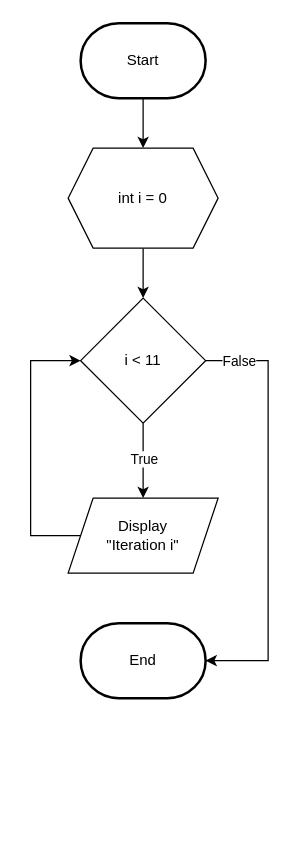
The draw.io diagram page "For" (4 of 6) of Flowchart_PendaModul2.drawio in elikawicaksana/BuildIT_BasisData, before the edit. Source tidied: cells renumbered, new cells numbered last; positions are measured from the earlier drawing's top-left corner, leaving out a move shared by most shapes. Both pictures are drawn from the tidied source at 125%, with x=0, y=0 at pixel (30, 22).
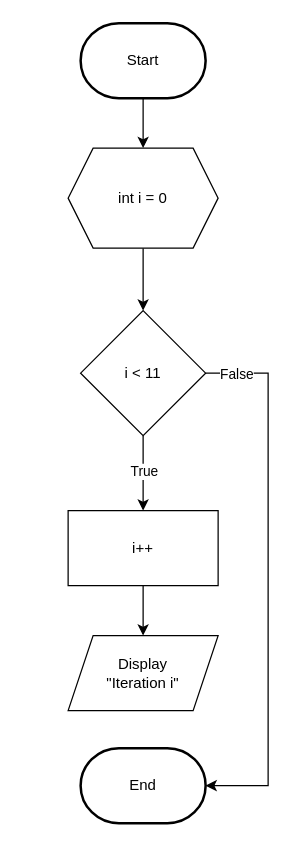
Above is the later version.

What changed in the source:
```diff
@@
 <mxGraphModel>
   <root>
     <mxCell id="0" />
     <mxCell id="1" parent="0" />
     <mxCell id="2" style="edgeStyle=orthogonalEdgeStyle;rounded=0;jettySize=auto;html=1;entryX=0.5;entryY=0;entryDx=0;entryDy=0;" parent="1" edge="1" source="3" target="6">
       <mxGeometry relative="1" as="geometry" />
     </mxCell>
     <mxCell id="3" value="Start" style="strokeWidth=2;html=1;shape=mxgraph.flowchart.terminator;whiteSpace=wrap;" parent="1" vertex="1">
       <mxGeometry x="40" width="100" height="60" as="geometry" />
     </mxCell>
     <mxCell id="4" value="End" style="strokeWidth=2;html=1;shape=mxgraph.flowchart.terminator;whiteSpace=wrap;" parent="1" vertex="1">
-      <mxGeometry x="40" y="480" width="100" height="60" as="geometry" />
+      <mxGeometry x="40" y="580" width="100" height="60" as="geometry" />
     </mxCell>
     <mxCell id="5" style="edgeStyle=orthogonalEdgeStyle;rounded=0;jettySize=auto;html=1;entryX=0.5;entryY=0;entryDx=0;entryDy=0;" parent="1" edge="1" source="6" target="9">
       <mxGeometry relative="1" as="geometry" />
     </mxCell>
     <mxCell id="6" value="int i = 0" style="shape=hexagon;perimeter=hexagonPerimeter2;whiteSpace=wrap;html=1;fixedSize=1;" parent="1" vertex="1">
       <mxGeometry x="30" y="100" width="120" height="80" as="geometry" />
     </mxCell>
-    <mxCell id="7" style="edgeStyle=orthogonalEdgeStyle;rounded=0;jettySize=auto;html=1;exitX=0.5;exitY=1;exitDx=0;exitDy=0;" parent="1" edge="1" source="9" target="13">
+    <mxCell id="7" style="edgeStyle=orthogonalEdgeStyle;rounded=0;jettySize=auto;html=1;exitX=0.5;exitY=1;exitDx=0;exitDy=0;entryX=0.5;entryY=0;entryDx=0;entryDy=0;" parent="1" edge="1" source="9" target="15">
       <mxGeometry relative="1" as="geometry" />
     </mxCell>
     <mxCell id="8" value="True" style="edgeLabel;html=1;align=center;verticalAlign=middle;" parent="7" vertex="1">
       <mxGeometry x="-0.08" relative="1" as="geometry" />
     </mxCell>
     <mxCell id="9" value="i &amp;lt; 11" style="rhombus;whiteSpace=wrap;html=1;" parent="1" vertex="1">
-      <mxGeometry x="40" y="220" width="100" height="100" as="geometry" />
+      <mxGeometry x="40" y="230" width="100" height="100" as="geometry" />
     </mxCell>
     <mxCell id="10" style="edgeStyle=orthogonalEdgeStyle;rounded=0;jettySize=auto;html=1;exitX=1;exitY=0.5;exitDx=0;exitDy=0;entryX=1;entryY=0.5;entryDx=0;entryDy=0;entryPerimeter=0;" parent="1" edge="1" source="9" target="4">
       <mxGeometry relative="1" as="geometry">
         <Array as="points">
-          <mxPoint x="190" y="270" />
-          <mxPoint x="190" y="510" />
+          <mxPoint x="190" y="280" />
+          <mxPoint x="190" y="610" />
         </Array>
       </mxGeometry>
     </mxCell>
     <mxCell id="11" value="False" style="edgeLabel;html=1;align=center;verticalAlign=middle;" parent="10" vertex="1">
-      <mxGeometry x="-0.85" relative="1" as="geometry" />
+      <mxGeometry x="-0.89" relative="1" as="geometry" />
     </mxCell>
-    <mxCell id="12" style="edgeStyle=orthogonalEdgeStyle;rounded=0;jettySize=auto;html=1;entryX=0;entryY=0.5;entryDx=0;entryDy=0;" parent="1" edge="1" source="13" target="9">
-      <mxGeometry relative="1" as="geometry">
-        <Array as="points">
-          <mxPoint y="410" />
-          <mxPoint y="270" />
-        </Array>
-      </mxGeometry>
-    </mxCell>
     <mxCell id="13" value="&lt;font face=&quot;Helvetica&quot; style=&quot;font-size: 12px;&quot;&gt;Display&lt;/font&gt;&lt;div&gt;&lt;font face=&quot;Helvetica&quot; style=&quot;font-size: 12px;&quot;&gt;&quot;Iteration i&quot;&lt;/font&gt;&lt;/div&gt;" style="shape=parallelogram;perimeter=parallelogramPerimeter;whiteSpace=wrap;html=1;fixedSize=1;" parent="1" vertex="1">
-      <mxGeometry x="30" y="380" width="120" height="60" as="geometry" />
+      <mxGeometry x="30" y="490" width="120" height="60" as="geometry" />
     </mxCell>
+    <mxCell id="14" style="edgeStyle=orthogonalEdgeStyle;rounded=0;jettySize=auto;html=1;entryX=0.5;entryY=0;entryDx=0;entryDy=0;" parent="1" edge="1" source="15" target="13">
+      <mxGeometry relative="1" as="geometry" />
+    </mxCell>
+    <mxCell id="15" value="i++" style="rounded=0;whiteSpace=wrap;html=1;" parent="1" vertex="1">
+      <mxGeometry x="30" y="390" width="120" height="60" as="geometry" />
+    </mxCell>
   </root>
 </mxGraphModel>
```
